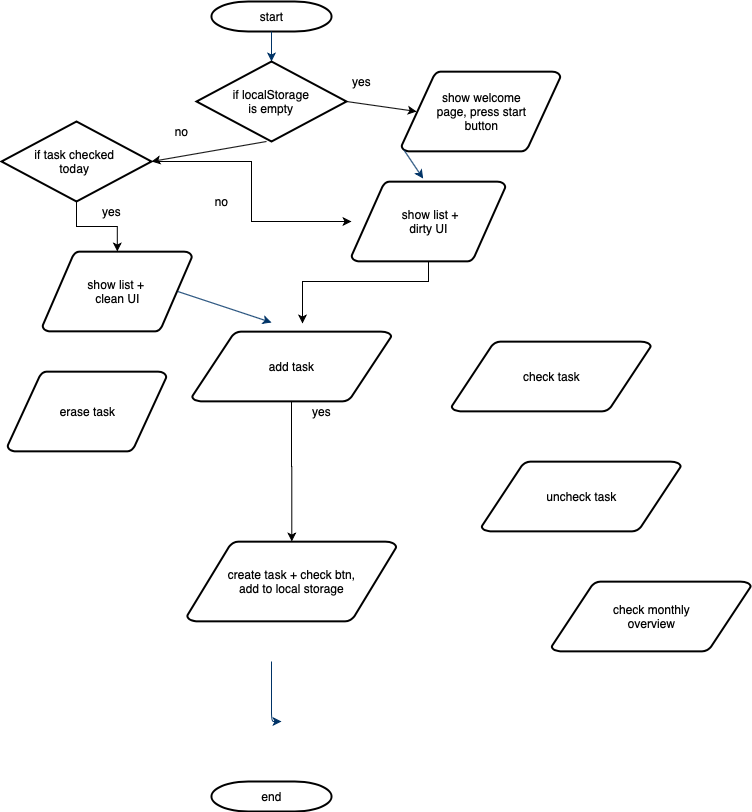
lovisaelensky/habit-tracker keeps this draw.io diagram as Flowchart.png. Above is the earlier version. Source tidied: cells renumbered, new cells last; positions are measured from the earlier drawing's top-left corner, leaving out a move shared by most shapes.
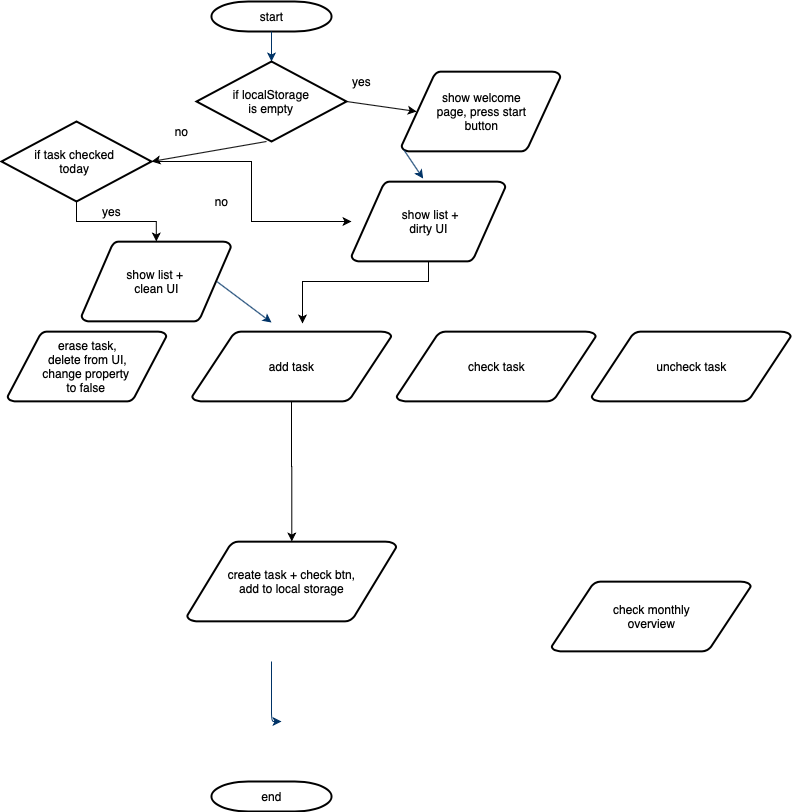
The same file after the commit.

The edit, as a diff of the source:
```diff
@@ -9,7 +9,7 @@
       <mxGeometry x="400" y="70" width="159" height="80" as="geometry" />
     </mxCell>
     <mxCell id="4" value="show list + &lt;br&gt;clean UI" style="shape=mxgraph.flowchart.data;strokeWidth=2;gradientColor=none;gradientDirection=north;fontStyle=0;html=1;" parent="1" vertex="1">
-      <mxGeometry x="41" y="250" width="149.5" height="80" as="geometry" />
+      <mxGeometry x="80" y="240" width="149.5" height="80" as="geometry" />
     </mxCell>
     <mxCell id="5" style="fontStyle=1;strokeColor=#003366;strokeWidth=1;html=1;entryX=0.5;entryY=0;entryDx=0;entryDy=0;" parent="1" edge="1" source="2" target="13">
       <mxGeometry relative="1" as="geometry" />
@@ -69,8 +69,8 @@
     <mxCell id="17" value="no" style="text;html=1;align=center;verticalAlign=middle;" parent="1" vertex="1">
       <mxGeometry x="165" y="120" width="30" height="20" as="geometry" />
     </mxCell>
-    <mxCell id="18" value="erase task" style="shape=mxgraph.flowchart.data;strokeWidth=2;gradientColor=none;gradientDirection=north;fontStyle=0;html=1;" parent="1" vertex="1">
-      <mxGeometry x="6" y="370" width="159" height="80" as="geometry" />
+    <mxCell id="18" value="erase task,&lt;br&gt;delete from UI,&lt;br&gt;change property &lt;br&gt;to false&amp;nbsp;" style="shape=mxgraph.flowchart.data;strokeWidth=2;gradientColor=none;gradientDirection=north;fontStyle=0;html=1;" parent="1" vertex="1">
+      <mxGeometry x="6" y="330" width="159" height="70" as="geometry" />
     </mxCell>
     <mxCell id="19" style="edgeStyle=orthogonalEdgeStyle;rounded=0;jettySize=auto;html=1;" parent="1" edge="1" source="21" target="4">
       <mxGeometry relative="1" as="geometry" />
@@ -98,17 +98,14 @@
     <mxCell id="25" value="no" style="text;html=1;align=center;verticalAlign=middle;" parent="1" vertex="1">
       <mxGeometry x="205" y="190" width="30" height="20" as="geometry" />
     </mxCell>
-    <mxCell id="26" value="yes" style="text;html=1;align=center;verticalAlign=middle;" parent="1" vertex="1">
-      <mxGeometry x="305" y="400" width="30" height="20" as="geometry" />
-    </mxCell>
     <mxCell id="27" value="add task" style="shape=mxgraph.flowchart.data;strokeWidth=2;gradientColor=none;gradientDirection=north;fontStyle=0;html=1;" parent="1" vertex="1">
       <mxGeometry x="190.5" y="330" width="199.5" height="70" as="geometry" />
     </mxCell>
     <mxCell id="28" value="check task" style="shape=mxgraph.flowchart.data;strokeWidth=2;gradientColor=none;gradientDirection=north;fontStyle=0;html=1;" parent="1" vertex="1">
-      <mxGeometry x="450" y="340" width="199.5" height="70" as="geometry" />
+      <mxGeometry x="395" y="330" width="199.5" height="70" as="geometry" />
     </mxCell>
     <mxCell id="29" value="uncheck task" style="shape=mxgraph.flowchart.data;strokeWidth=2;gradientColor=none;gradientDirection=north;fontStyle=0;html=1;" parent="1" vertex="1">
-      <mxGeometry x="480" y="460" width="199.5" height="70" as="geometry" />
+      <mxGeometry x="590" y="330" width="199.5" height="70" as="geometry" />
     </mxCell>
     <mxCell id="30" value="check monthly&lt;br&gt;overview" style="shape=mxgraph.flowchart.data;strokeWidth=2;gradientColor=none;gradientDirection=north;fontStyle=0;html=1;" parent="1" vertex="1">
       <mxGeometry x="550" y="580" width="199.5" height="70" as="geometry" />
```
